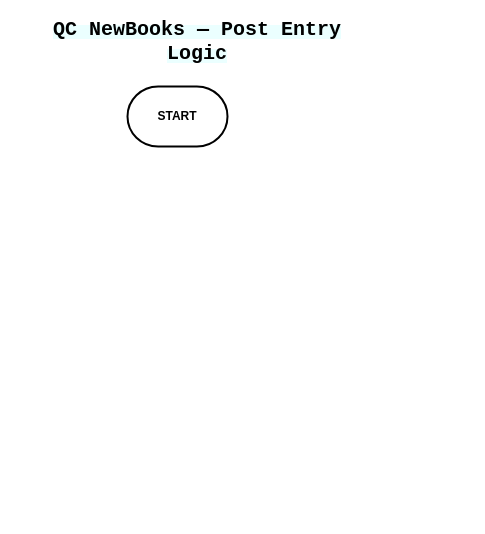
Before: page "Part A — Flowchart." (1 of 2) of QC_NewBooks_Diagrams.drawio in Sriaz0721/diagram-qc-new-books, a draw.io diagram. Source tidied: cells renumbered, new cells numbered last; positions are measured from the earlier drawing's top-left corner, leaving out a move shared by most shapes. Both pictures are drawn from the tidied source at 100%, with x=0, y=0 at pixel (17, 26).
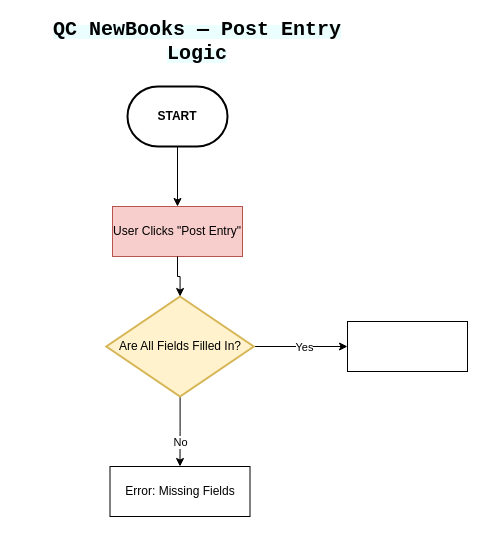
The same diagram, later.

Diff of the diagram source:
```diff
@@
 <mxGraphModel>
   <root>
     <mxCell id="0" />
     <mxCell id="1" parent="0" />
     <mxCell id="2" value="&lt;span style=&quot;font-family: &amp;quot;Share Tech Mono&amp;quot;, monospace; text-align: start; background-color: rgba(0, 245, 255, 0.08);&quot;&gt;&lt;font style=&quot;font-size: 20px; color: rgb(0, 0, 0);&quot;&gt;&lt;b style=&quot;&quot;&gt;QC NewBooks — Post Entry Logic&lt;/b&gt;&lt;/font&gt;&lt;/span&gt;" style="text;html=1;whiteSpace=wrap;strokeColor=none;fillColor=none;align=center;verticalAlign=middle;rounded=0;" parent="1" vertex="1">
       <mxGeometry width="360" height="30" as="geometry" />
     </mxCell>
+    <mxCell id="4" style="edgeStyle=orthogonalEdgeStyle;rounded=0;jettySize=auto;html=1;entryX=0.5;entryY=0;entryDx=0;entryDy=0;" parent="1" edge="1" source="3" target="5">
+      <mxGeometry relative="1" as="geometry" />
+    </mxCell>
     <mxCell id="3" value="&lt;b&gt;START&lt;/b&gt;" style="strokeWidth=2;html=1;shape=mxgraph.flowchart.terminator;whiteSpace=wrap;" parent="1" vertex="1">
       <mxGeometry x="110" y="60" width="100" height="60" as="geometry" />
     </mxCell>
+    <mxCell id="5" value="User Clicks &quot;Post Entry&quot;" style="html=1;dashed=0;whiteSpace=wrap;fillColor=#f8cecc;strokeColor=#b85450;" parent="1" vertex="1">
+      <mxGeometry x="95" y="180" width="130" height="50" as="geometry" />
+    </mxCell>
+    <mxCell id="6" style="edgeStyle=orthogonalEdgeStyle;rounded=0;jettySize=auto;html=1;entryX=0;entryY=0.5;entryDx=0;entryDy=0;" parent="1" edge="1" source="10" target="13">
+      <mxGeometry relative="1" as="geometry" />
+    </mxCell>
+    <mxCell id="7" value="Yes" style="edgeLabel;html=1;align=center;verticalAlign=middle;" parent="6" vertex="1">
+      <mxGeometry x="0.06" relative="1" as="geometry" />
+    </mxCell>
+    <mxCell id="8" style="edgeStyle=orthogonalEdgeStyle;rounded=0;jettySize=auto;html=1;entryX=0.5;entryY=0;entryDx=0;entryDy=0;" parent="1" edge="1" source="10" target="12">
+      <mxGeometry relative="1" as="geometry" />
+    </mxCell>
+    <mxCell id="9" value="No" style="edgeLabel;html=1;align=center;verticalAlign=middle;" parent="8" vertex="1">
+      <mxGeometry x="0.32" relative="1" as="geometry" />
+    </mxCell>
+    <mxCell id="10" value="Are All Fields Filled In?" style="strokeWidth=2;html=1;shape=mxgraph.flowchart.decision;whiteSpace=wrap;fillColor=#fff2cc;strokeColor=#d6b656;" parent="1" vertex="1">
+      <mxGeometry x="88.8" y="270" width="147.5" height="100" as="geometry" />
+    </mxCell>
+    <mxCell id="11" style="edgeStyle=orthogonalEdgeStyle;rounded=0;jettySize=auto;html=1;entryX=0.5;entryY=0;entryDx=0;entryDy=0;entryPerimeter=0;" parent="1" edge="1" source="5" target="10">
+      <mxGeometry relative="1" as="geometry" />
+    </mxCell>
+    <mxCell id="12" value="Error: Missing Fields" style="html=1;dashed=0;whiteSpace=wrap;" parent="1" vertex="1">
+      <mxGeometry x="92.5" y="440" width="140" height="50" as="geometry" />
+    </mxCell>
+    <mxCell id="13" style="html=1;dashed=0;whiteSpace=wrap;" parent="1" vertex="1">
+      <mxGeometry x="330" y="295" width="120" height="50" as="geometry" />
+    </mxCell>
   </root>
 </mxGraphModel>
```
